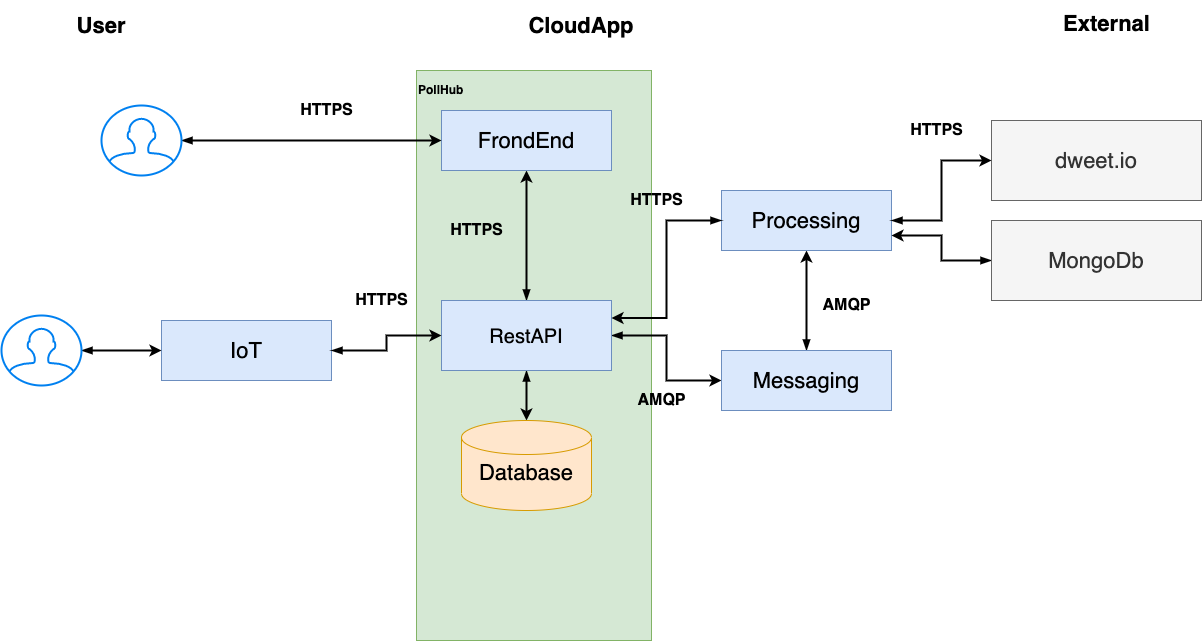
spydx/dat250gruppe9 keeps this draw.io diagram as DesignDocument/ArchitectDiagram/architectural_diagram_endproduct.png. Above is the earlier version. Source tidied: cells renumbered, new cells last; positions are measured from the earlier drawing's top-left corner, leaving out a move shared by most shapes. Source of this version:
```xml
<mxGraphModel>
  <root>
    <mxCell id="0" />
    <mxCell id="1" parent="0" />
    <mxCell id="2" value="&lt;b&gt;PollHub&lt;br&gt;&lt;br&gt;&lt;br&gt;&lt;br&gt;&lt;br&gt;&lt;br&gt;&lt;br&gt;&lt;br&gt;&lt;br&gt;&lt;br&gt;&lt;br&gt;&lt;br&gt;&lt;br&gt;&lt;br&gt;&lt;br&gt;&lt;br&gt;&lt;br&gt;&lt;br&gt;&lt;br&gt;&lt;br&gt;&lt;br&gt;&lt;br&gt;&lt;br&gt;&lt;br&gt;&lt;br&gt;&lt;br&gt;&lt;br&gt;&lt;br&gt;&lt;br&gt;&lt;br&gt;&lt;br&gt;&lt;br&gt;&lt;br&gt;&lt;br&gt;&lt;br&gt;&lt;br&gt;&lt;br&gt;&lt;br&gt;&lt;br&gt;&lt;/b&gt;" style="rounded=0;whiteSpace=wrap;html=1;align=left;fillColor=#d5e8d4;strokeColor=#82b366;" parent="1" vertex="1">
      <mxGeometry x="415" y="70" width="235" height="570" as="geometry" />
    </mxCell>
    <mxCell id="3" value="User" style="text;html=1;strokeColor=none;fillColor=none;align=center;verticalAlign=middle;whiteSpace=wrap;rounded=0;fontStyle=1;fontSize=22;" parent="1" vertex="1">
      <mxGeometry x="30" width="140" height="50" as="geometry" />
    </mxCell>
    <mxCell id="4" style="edgeStyle=orthogonalEdgeStyle;rounded=0;jettySize=auto;html=1;entryX=0.5;entryY=1;entryDx=0;entryDy=0;startArrow=blockThin;startFill=1;strokeWidth=2;" parent="1" edge="1" source="7" target="17">
      <mxGeometry relative="1" as="geometry" />
    </mxCell>
    <mxCell id="5" style="edgeStyle=orthogonalEdgeStyle;rounded=0;jettySize=auto;html=1;exitX=1;exitY=0.5;exitDx=0;exitDy=0;entryX=0;entryY=0.5;entryDx=0;entryDy=0;startArrow=blockThin;startFill=1;strokeColor=#000000;strokeWidth=2;" parent="1" edge="1" source="7" target="25">
      <mxGeometry relative="1" as="geometry" />
    </mxCell>
    <mxCell id="6" style="edgeStyle=orthogonalEdgeStyle;rounded=0;jettySize=auto;html=1;startArrow=blockThin;startFill=1;strokeColor=#000000;strokeWidth=2;" parent="1" edge="1" source="7" target="8">
      <mxGeometry relative="1" as="geometry" />
    </mxCell>
    <mxCell id="7" value="&lt;span style=&quot;font-size: 20px&quot;&gt;RestAPI&lt;/span&gt;" style="rounded=0;whiteSpace=wrap;html=1;fontSize=22;fillColor=#dae8fc;strokeColor=#6c8ebf;" parent="1" vertex="1">
      <mxGeometry x="440" y="300" width="170" height="70" as="geometry" />
    </mxCell>
    <mxCell id="8" value="&lt;p style=&quot;line-height: 120%&quot;&gt;Database&lt;/p&gt;" style="shape=cylinder2;whiteSpace=wrap;html=1;boundedLbl=1;backgroundOutline=1;size=17;fontSize=22;fillColor=#ffe6cc;strokeColor=#d79b00;verticalAlign=bottom;" parent="1" vertex="1">
      <mxGeometry x="460" y="420" width="130" height="90" as="geometry" />
    </mxCell>
    <mxCell id="9" style="edgeStyle=orthogonalEdgeStyle;rounded=0;jettySize=auto;html=1;startArrow=blockThin;startFill=1;strokeColor=#000000;strokeWidth=2;" parent="1" edge="1" source="10" target="7">
      <mxGeometry relative="1" as="geometry" />
    </mxCell>
    <mxCell id="10" value="IoT" style="rounded=0;whiteSpace=wrap;html=1;fontSize=22;fillColor=#dae8fc;strokeColor=#6c8ebf;" parent="1" vertex="1">
      <mxGeometry x="160" y="320" width="170" height="60" as="geometry" />
    </mxCell>
    <mxCell id="11" value="dweet.io" style="whiteSpace=wrap;html=1;fillColor=#f5f5f5;fontSize=22;strokeColor=#666666;fontColor=#333333;" parent="1" vertex="1">
      <mxGeometry x="990" y="120" width="210" height="80" as="geometry" />
    </mxCell>
    <mxCell id="12" value="&lt;font style=&quot;font-size: 22px&quot;&gt;&lt;b&gt;External&lt;/b&gt;&lt;/font&gt;" style="text;html=1;align=center;verticalAlign=middle;" parent="1" vertex="1">
      <mxGeometry x="1055" y="12.5" width="100" height="20" as="geometry" />
    </mxCell>
    <mxCell id="13" value="&lt;font size=&quot;1&quot;&gt;&lt;b style=&quot;font-size: 16px&quot;&gt;HTTPS&lt;/b&gt;&lt;/font&gt;" style="text;html=1;align=center;verticalAlign=middle;" parent="1" vertex="1">
      <mxGeometry x="440" y="220" width="70" height="20" as="geometry" />
    </mxCell>
    <mxCell id="14" style="endArrow=classic;startArrow=classic;html=1;entryX=0.5;entryY=1;entryDx=0;entryDy=0;exitX=0.5;exitY=0;exitDx=0;exitDy=0;strokeWidth=2;" parent="1" edge="1" target="x">
      <mxGeometry relative="1" as="geometry">
        <mxPoint x="85" y="470" as="sourcePoint" />
      </mxGeometry>
    </mxCell>
    <mxCell id="15" style="endArrow=classic;startArrow=classic;html=1;exitX=0.5;exitY=0;exitDx=0;exitDy=0;strokeWidth=2;entryX=0.5;entryY=1;entryDx=0;entryDy=0;" parent="1" edge="1" target="x">
      <mxGeometry relative="1" as="geometry">
        <mxPoint x="267.5" y="430" as="sourcePoint" />
      </mxGeometry>
    </mxCell>
    <mxCell id="16" value="CloudApp" style="text;html=1;strokeColor=none;fillColor=none;align=center;verticalAlign=middle;whiteSpace=wrap;rounded=0;fontStyle=1;fontSize=22;" parent="1" vertex="1">
      <mxGeometry x="510" width="140" height="50" as="geometry" />
    </mxCell>
    <mxCell id="17" value="FrondEnd" style="rounded=0;whiteSpace=wrap;html=1;fontSize=22;fillColor=#dae8fc;strokeColor=#6c8ebf;" parent="1" vertex="1">
      <mxGeometry x="440" y="110" width="170" height="60" as="geometry" />
    </mxCell>
    <mxCell id="18" style="edgeStyle=orthogonalEdgeStyle;rounded=0;jettySize=auto;html=1;entryX=0;entryY=0.5;entryDx=0;entryDy=0;startArrow=blockThin;startFill=1;strokeColor=#000000;strokeWidth=2;" parent="1" edge="1" source="19" target="17">
      <mxGeometry relative="1" as="geometry" />
    </mxCell>
    <mxCell id="19" style="html=1;verticalLabelPosition=bottom;align=center;labelBackgroundColor=#ffffff;verticalAlign=top;strokeWidth=2;strokeColor=#0080F0;shadow=0;dashed=0;shape=mxgraph.ios7.icons.user;" parent="1" vertex="1">
      <mxGeometry x="100" y="105" width="80" height="70" as="geometry" />
    </mxCell>
    <mxCell id="20" value="&lt;font size=&quot;1&quot;&gt;&lt;b style=&quot;font-size: 16px&quot;&gt;HTTPS&lt;/b&gt;&lt;/font&gt;" style="text;html=1;align=center;verticalAlign=middle;" parent="1" vertex="1">
      <mxGeometry x="290" y="100" width="70" height="20" as="geometry" />
    </mxCell>
    <mxCell id="21" style="edgeStyle=orthogonalEdgeStyle;rounded=0;jettySize=auto;html=1;entryX=0;entryY=0.5;entryDx=0;entryDy=0;startArrow=blockThin;startFill=1;strokeColor=#000000;strokeWidth=2;" parent="1" edge="1" source="22" target="10">
      <mxGeometry relative="1" as="geometry" />
    </mxCell>
    <mxCell id="22" style="html=1;verticalLabelPosition=bottom;align=center;labelBackgroundColor=#ffffff;verticalAlign=top;strokeWidth=2;strokeColor=#0080F0;shadow=0;dashed=0;shape=mxgraph.ios7.icons.user;" parent="1" vertex="1">
      <mxGeometry y="315" width="80" height="70" as="geometry" />
    </mxCell>
    <mxCell id="23" value="&lt;font size=&quot;1&quot;&gt;&lt;b style=&quot;font-size: 16px&quot;&gt;HTTPS&lt;/b&gt;&lt;/font&gt;" style="text;html=1;align=center;verticalAlign=middle;" parent="1" vertex="1">
      <mxGeometry x="345" y="290" width="70" height="20" as="geometry" />
    </mxCell>
    <mxCell id="24" style="edgeStyle=orthogonalEdgeStyle;rounded=0;jettySize=auto;html=1;exitX=0.5;exitY=0;exitDx=0;exitDy=0;startArrow=blockThin;startFill=1;strokeColor=#000000;strokeWidth=2;" parent="1" edge="1" source="25" target="28">
      <mxGeometry relative="1" as="geometry" />
    </mxCell>
    <mxCell id="25" value="Messaging" style="rounded=0;whiteSpace=wrap;html=1;fontSize=22;fillColor=#dae8fc;strokeColor=#6c8ebf;" parent="1" vertex="1">
      <mxGeometry x="720" y="350" width="170" height="60" as="geometry" />
    </mxCell>
    <mxCell id="26" style="edgeStyle=orthogonalEdgeStyle;rounded=0;jettySize=auto;html=1;exitX=1;exitY=0.5;exitDx=0;exitDy=0;entryX=0;entryY=0.5;entryDx=0;entryDy=0;startArrow=blockThin;startFill=1;strokeColor=#000000;strokeWidth=2;" parent="1" edge="1" source="28" target="11">
      <mxGeometry relative="1" as="geometry" />
    </mxCell>
    <mxCell id="27" style="edgeStyle=orthogonalEdgeStyle;rounded=0;jettySize=auto;html=1;exitX=0;exitY=0.5;exitDx=0;exitDy=0;entryX=1;entryY=0.25;entryDx=0;entryDy=0;startArrow=blockThin;startFill=1;strokeColor=#000000;strokeWidth=2;" parent="1" edge="1" source="28" target="7">
      <mxGeometry relative="1" as="geometry" />
    </mxCell>
    <mxCell id="28" value="Processing" style="rounded=0;whiteSpace=wrap;html=1;fontSize=22;fillColor=#dae8fc;strokeColor=#6c8ebf;" parent="1" vertex="1">
      <mxGeometry x="720" y="190" width="170" height="60" as="geometry" />
    </mxCell>
    <mxCell id="29" style="edgeStyle=orthogonalEdgeStyle;rounded=0;jettySize=auto;html=1;exitX=0;exitY=0.5;exitDx=0;exitDy=0;entryX=1;entryY=0.75;entryDx=0;entryDy=0;startArrow=blockThin;startFill=1;strokeColor=#000000;strokeWidth=2;" parent="1" edge="1" source="30" target="28">
      <mxGeometry relative="1" as="geometry" />
    </mxCell>
    <mxCell id="30" value="MongoDb" style="whiteSpace=wrap;html=1;fillColor=#f5f5f5;fontSize=22;strokeColor=#666666;fontColor=#333333;" parent="1" vertex="1">
      <mxGeometry x="990" y="220" width="210" height="80" as="geometry" />
    </mxCell>
    <mxCell id="31" value="&lt;font size=&quot;1&quot;&gt;&lt;b style=&quot;font-size: 16px&quot;&gt;HTTPS&lt;/b&gt;&lt;/font&gt;" style="text;html=1;align=center;verticalAlign=middle;" parent="1" vertex="1">
      <mxGeometry x="620" y="190" width="70" height="20" as="geometry" />
    </mxCell>
    <mxCell id="32" value="&lt;font size=&quot;1&quot;&gt;&lt;b style=&quot;font-size: 16px&quot;&gt;HTTPS&lt;/b&gt;&lt;/font&gt;" style="text;html=1;align=center;verticalAlign=middle;" parent="1" vertex="1">
      <mxGeometry x="900" y="120" width="70" height="20" as="geometry" />
    </mxCell>
    <mxCell id="33" value="&lt;span style=&quot;font-size: 16px&quot;&gt;&lt;b&gt;AMQP&lt;br&gt;&lt;/b&gt;&lt;/span&gt;" style="text;html=1;align=center;verticalAlign=middle;" parent="1" vertex="1">
      <mxGeometry x="630" y="390" width="60" height="20" as="geometry" />
    </mxCell>
    <mxCell id="34" value="&lt;span style=&quot;font-size: 16px&quot;&gt;&lt;b&gt;AMQP&lt;br&gt;&lt;/b&gt;&lt;/span&gt;" style="text;html=1;align=center;verticalAlign=middle;" parent="1" vertex="1">
      <mxGeometry x="815" y="295" width="60" height="20" as="geometry" />
    </mxCell>
  </root>
</mxGraphModel>
```
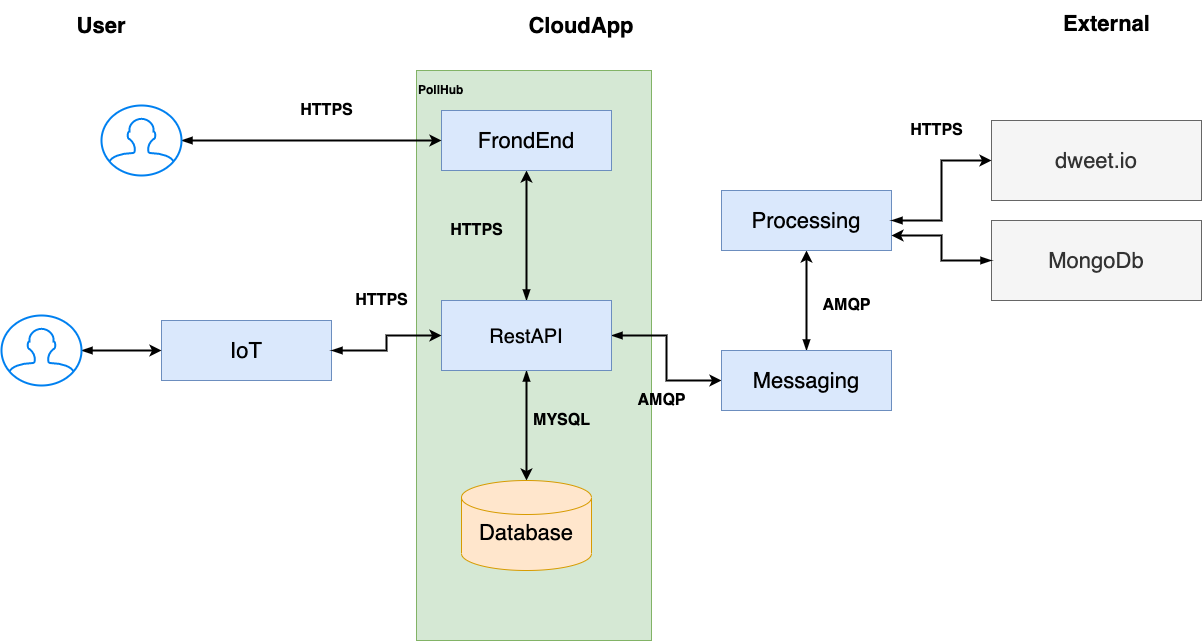
The same file after the commit.

Diff of the diagram source:
```diff
@@ -21,7 +21,7 @@
       <mxGeometry x="440" y="300" width="170" height="70" as="geometry" />
     </mxCell>
     <mxCell id="8" value="&lt;p style=&quot;line-height: 120%&quot;&gt;Database&lt;/p&gt;" style="shape=cylinder2;whiteSpace=wrap;html=1;boundedLbl=1;backgroundOutline=1;size=17;fontSize=22;fillColor=#ffe6cc;strokeColor=#d79b00;verticalAlign=bottom;" parent="1" vertex="1">
-      <mxGeometry x="460" y="420" width="130" height="90" as="geometry" />
+      <mxGeometry x="460" y="480" width="130" height="90" as="geometry" />
     </mxCell>
     <mxCell id="9" style="edgeStyle=orthogonalEdgeStyle;rounded=0;jettySize=auto;html=1;startArrow=blockThin;startFill=1;strokeColor=#000000;strokeWidth=2;" parent="1" edge="1" source="10" target="7">
       <mxGeometry relative="1" as="geometry" />
@@ -38,16 +38,6 @@
     <mxCell id="13" value="&lt;font size=&quot;1&quot;&gt;&lt;b style=&quot;font-size: 16px&quot;&gt;HTTPS&lt;/b&gt;&lt;/font&gt;" style="text;html=1;align=center;verticalAlign=middle;" parent="1" vertex="1">
       <mxGeometry x="440" y="220" width="70" height="20" as="geometry" />
     </mxCell>
-    <mxCell id="14" style="endArrow=classic;startArrow=classic;html=1;entryX=0.5;entryY=1;entryDx=0;entryDy=0;exitX=0.5;exitY=0;exitDx=0;exitDy=0;strokeWidth=2;" parent="1" edge="1" target="x">
-      <mxGeometry relative="1" as="geometry">
-        <mxPoint x="85" y="470" as="sourcePoint" />
-      </mxGeometry>
-    </mxCell>
-    <mxCell id="15" style="endArrow=classic;startArrow=classic;html=1;exitX=0.5;exitY=0;exitDx=0;exitDy=0;strokeWidth=2;entryX=0.5;entryY=1;entryDx=0;entryDy=0;" parent="1" edge="1" target="x">
-      <mxGeometry relative="1" as="geometry">
-        <mxPoint x="267.5" y="430" as="sourcePoint" />
-      </mxGeometry>
-    </mxCell>
     <mxCell id="16" value="CloudApp" style="text;html=1;strokeColor=none;fillColor=none;align=center;verticalAlign=middle;whiteSpace=wrap;rounded=0;fontStyle=1;fontSize=22;" parent="1" vertex="1">
       <mxGeometry x="510" width="140" height="50" as="geometry" />
     </mxCell>
@@ -81,9 +71,6 @@
     <mxCell id="26" style="edgeStyle=orthogonalEdgeStyle;rounded=0;jettySize=auto;html=1;exitX=1;exitY=0.5;exitDx=0;exitDy=0;entryX=0;entryY=0.5;entryDx=0;entryDy=0;startArrow=blockThin;startFill=1;strokeColor=#000000;strokeWidth=2;" parent="1" edge="1" source="28" target="11">
       <mxGeometry relative="1" as="geometry" />
     </mxCell>
-    <mxCell id="27" style="edgeStyle=orthogonalEdgeStyle;rounded=0;jettySize=auto;html=1;exitX=0;exitY=0.5;exitDx=0;exitDy=0;entryX=1;entryY=0.25;entryDx=0;entryDy=0;startArrow=blockThin;startFill=1;strokeColor=#000000;strokeWidth=2;" parent="1" edge="1" source="28" target="7">
-      <mxGeometry relative="1" as="geometry" />
-    </mxCell>
     <mxCell id="28" value="Processing" style="rounded=0;whiteSpace=wrap;html=1;fontSize=22;fillColor=#dae8fc;strokeColor=#6c8ebf;" parent="1" vertex="1">
       <mxGeometry x="720" y="190" width="170" height="60" as="geometry" />
     </mxCell>
@@ -93,9 +80,6 @@
     <mxCell id="30" value="MongoDb" style="whiteSpace=wrap;html=1;fillColor=#f5f5f5;fontSize=22;strokeColor=#666666;fontColor=#333333;" parent="1" vertex="1">
       <mxGeometry x="990" y="220" width="210" height="80" as="geometry" />
     </mxCell>
-    <mxCell id="31" value="&lt;font size=&quot;1&quot;&gt;&lt;b style=&quot;font-size: 16px&quot;&gt;HTTPS&lt;/b&gt;&lt;/font&gt;" style="text;html=1;align=center;verticalAlign=middle;" parent="1" vertex="1">
-      <mxGeometry x="620" y="190" width="70" height="20" as="geometry" />
-    </mxCell>
     <mxCell id="32" value="&lt;font size=&quot;1&quot;&gt;&lt;b style=&quot;font-size: 16px&quot;&gt;HTTPS&lt;/b&gt;&lt;/font&gt;" style="text;html=1;align=center;verticalAlign=middle;" parent="1" vertex="1">
       <mxGeometry x="900" y="120" width="70" height="20" as="geometry" />
     </mxCell>
@@ -105,5 +89,8 @@
     <mxCell id="34" value="&lt;span style=&quot;font-size: 16px&quot;&gt;&lt;b&gt;AMQP&lt;br&gt;&lt;/b&gt;&lt;/span&gt;" style="text;html=1;align=center;verticalAlign=middle;" parent="1" vertex="1">
       <mxGeometry x="815" y="295" width="60" height="20" as="geometry" />
     </mxCell>
+    <mxCell id="35" value="&lt;span style=&quot;font-size: 16px&quot;&gt;&lt;b&gt;MYSQL&lt;br&gt;&lt;/b&gt;&lt;/span&gt;" style="text;html=1;align=center;verticalAlign=middle;" parent="1" vertex="1">
+      <mxGeometry x="525" y="410" width="70" height="20" as="geometry" />
+    </mxCell>
   </root>
 </mxGraphModel>
```
